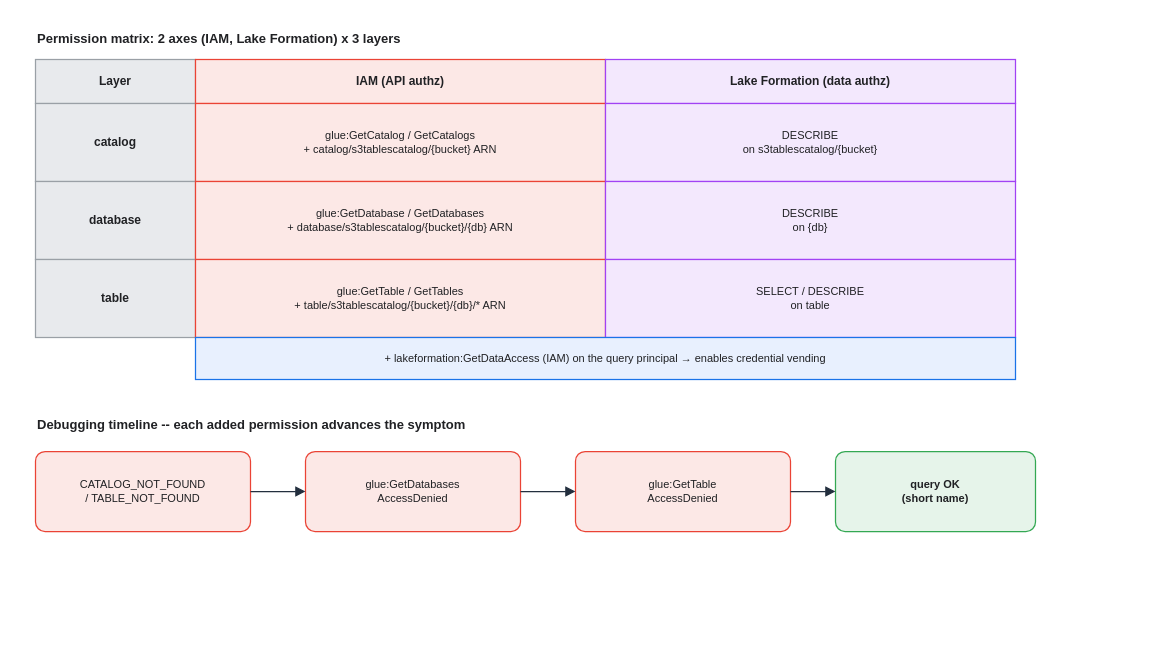
Above: assets/img/aws/analytics-stack-08-lf-permissions.drawio in KKamJi98/kkamji98.github.io (draw.io), before the change. Source tidied: cells renumbered, new cells numbered last; positions are measured from the earlier drawing's top-left corner, leaving out a move shared by most shapes. Both pictures are drawn from the tidied source at 100%, with x=0, y=0 at pixel (35, 23).
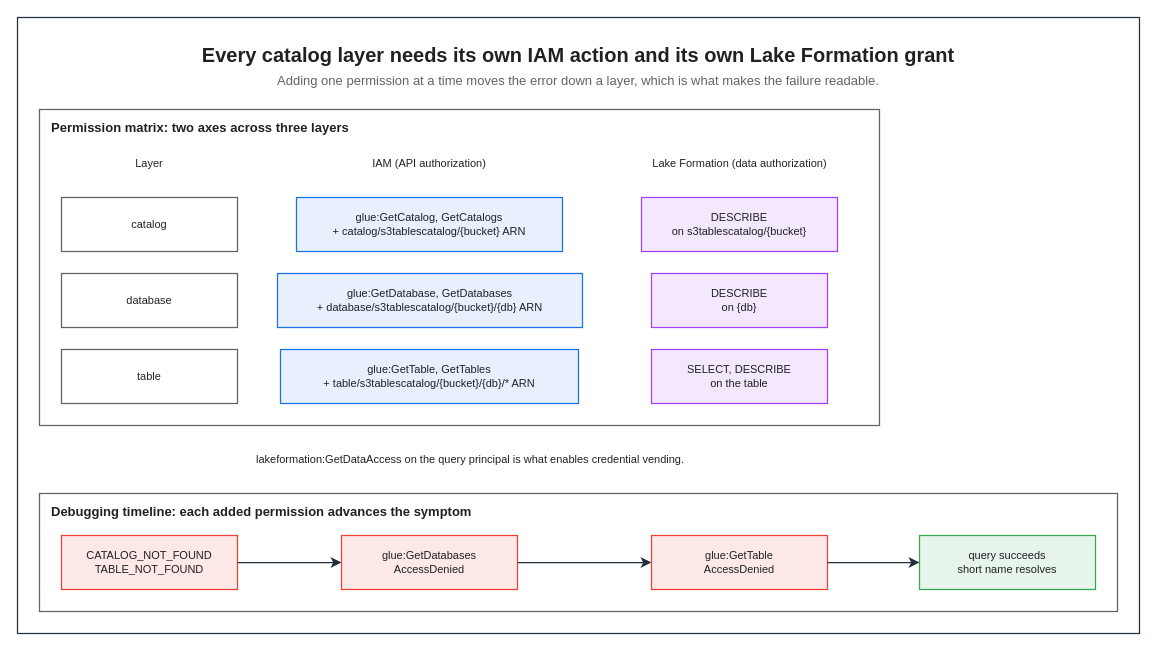
After the change.

What changed in the source:
```diff
@@
-    <mxCell id="2" value="Permission matrix: 2 axes (IAM, Lake Formation) x 3 layers" style="text;html=0;align=left;verticalAlign=middle;fontColor=#202124;fontStyle=1;fontSize=13;" parent="1" vertex="1">
-      <mxGeometry width="900" height="28" as="geometry" />
-    </mxCell>
+    <mxCell id="24" style="rounded=0;html=0;fillColor=none;strokeColor=#232F3E;fontColor=#202124;strokeWidth=1.25;" parent="1" vertex="1">
+      <mxGeometry x="-18" y="-6" width="1122" height="616" as="geometry" />
+    </mxCell>
+    <mxCell id="25" value="Every catalog layer needs its own IAM action and its own Lake Formation grant" style="text;html=0;whiteSpace=wrap;fillColor=none;strokeColor=none;fontColor=#202124;fontSize=20;fontStyle=1;align=center;verticalAlign=middle;" parent="1" vertex="1">
+      <mxGeometry x="4" y="16" width="1078" height="30" as="geometry" />
+    </mxCell>
+    <mxCell id="26" value="Adding one permission at a time moves the error down a layer, which is what makes the failure readable." style="text;html=0;whiteSpace=wrap;fillColor=none;strokeColor=none;fontColor=#5F6368;fontSize=13;fontStyle=0;align=center;verticalAlign=middle;" parent="1" vertex="1">
+      <mxGeometry x="4" y="46" width="1078" height="22" as="geometry" />
+    </mxCell>
+    <mxCell id="27" value="Permission matrix: two axes across three layers" style="rounded=0;whiteSpace=wrap;html=0;fillColor=none;strokeColor=#5F6368;fontColor=#202124;fontSize=13;fontStyle=1;align=left;verticalAlign=top;spacingLeft=10;spacingTop=4;strokeWidth=1.25;dashed=0;" parent="1" vertex="1">
+      <mxGeometry x="4" y="86" width="840" height="316" as="geometry" />
+    </mxCell>
+    <mxCell id="28" value="Debugging timeline: each added permission advances the symptom" style="rounded=0;whiteSpace=wrap;html=0;fillColor=none;strokeColor=#5F6368;fontColor=#202124;fontSize=13;fontStyle=1;align=left;verticalAlign=top;spacingLeft=10;spacingTop=4;strokeWidth=1.25;dashed=0;" parent="1" vertex="1">
+      <mxGeometry x="4" y="470" width="1078" height="118" as="geometry" />
+    </mxCell>
-    <mxCell id="3" value="Layer" style="rounded=0;whiteSpace=wrap;html=0;shadow=0;fillColor=#E8EAED;strokeColor=#9AA0A6;fontColor=#202124;fontStyle=1;strokeWidth=1.25;" parent="1" vertex="1">
-      <mxGeometry y="36" width="160" height="44" as="geometry" />
+    <mxCell id="3" value="Layer" style="text;html=0;whiteSpace=wrap;fillColor=none;strokeColor=none;fontColor=#202124;fontSize=11;fontStyle=0;align=center;verticalAlign=middle;" parent="1" vertex="1">
+      <mxGeometry x="26" y="128" width="176" height="24" as="geometry" />
     </mxCell>
-    <mxCell id="4" value="IAM (API authz)" style="rounded=0;whiteSpace=wrap;html=0;shadow=0;fillColor=#FCE8E6;strokeColor=#EA4335;fontColor=#202124;fontStyle=1;strokeWidth=1.25;" parent="1" vertex="1">
-      <mxGeometry x="160" y="36" width="410" height="44" as="geometry" />
-    </mxCell>
-    <mxCell id="5" value="Lake Formation (data authz)" style="rounded=0;whiteSpace=wrap;html=0;shadow=0;fillColor=#F3E8FD;strokeColor=#A142F4;fontColor=#202124;fontStyle=1;strokeWidth=1.25;" parent="1" vertex="1">
-      <mxGeometry x="570" y="36" width="410" height="44" as="geometry" />
-    </mxCell>
+    <mxCell id="29" value="IAM (API authorization)" style="text;html=0;whiteSpace=wrap;fillColor=none;strokeColor=none;fontColor=#202124;fontSize=11;fontStyle=0;align=center;verticalAlign=middle;" parent="1" vertex="1">
+      <mxGeometry x="306" y="128" width="176" height="24" as="geometry" />
+    </mxCell>
+    <mxCell id="30" value="Lake Formation (data authorization)" style="text;html=0;whiteSpace=wrap;fillColor=none;strokeColor=none;fontColor=#202124;fontSize=11;fontStyle=0;align=center;verticalAlign=middle;" parent="1" vertex="1">
+      <mxGeometry x="587" y="128" width="235" height="24" as="geometry" />
+    </mxCell>
-    <mxCell id="6" value="catalog" style="rounded=0;whiteSpace=wrap;html=0;shadow=0;fillColor=#E8EAED;strokeColor=#9AA0A6;fontColor=#202124;fontStyle=1;strokeWidth=1.25;" parent="1" vertex="1">
-      <mxGeometry y="80" width="160" height="78" as="geometry" />
+    <mxCell id="6" value="catalog" style="rounded=0;whiteSpace=wrap;html=0;fillColor=#FFFFFF;strokeColor=#5F6368;fontColor=#202124;fontSize=11;fontStyle=0;align=center;verticalAlign=middle;spacingLeft=6;spacingRight=6;strokeWidth=1.25;" parent="1" vertex="1">
+      <mxGeometry x="26" y="174" width="176" height="54" as="geometry" />
     </mxCell>
-    <mxCell id="7" value="glue:GetCatalog / GetCatalogs&#10;+ catalog/s3tablescatalog/{bucket} ARN" style="rounded=0;whiteSpace=wrap;html=0;shadow=0;fillColor=#FCE8E6;strokeColor=#EA4335;fontColor=#202124;fontSize=11;strokeWidth=1.25;" parent="1" vertex="1">
-      <mxGeometry x="160" y="80" width="410" height="78" as="geometry" />
-    </mxCell>
+    <mxCell id="31" value="glue:GetCatalog, GetCatalogs&#10;+ catalog/s3tablescatalog/{bucket} ARN" style="rounded=0;whiteSpace=wrap;html=0;fillColor=#E8F0FE;strokeColor=#1A73E8;fontColor=#202124;fontSize=11;fontStyle=0;align=center;verticalAlign=middle;spacingLeft=6;spacingRight=6;strokeWidth=1.25;" parent="1" vertex="1">
+      <mxGeometry x="261" y="174" width="266" height="54" as="geometry" />
+    </mxCell>
-    <mxCell id="8" value="DESCRIBE&#10;on s3tablescatalog/{bucket}" style="rounded=0;whiteSpace=wrap;html=0;shadow=0;fillColor=#F3E8FD;strokeColor=#A142F4;fontColor=#202124;fontSize=11;strokeWidth=1.25;" parent="1" vertex="1">
-      <mxGeometry x="570" y="80" width="410" height="78" as="geometry" />
+    <mxCell id="8" value="DESCRIBE&#10;on s3tablescatalog/{bucket}" style="rounded=0;whiteSpace=wrap;html=0;fillColor=#F3E8FD;strokeColor=#A142F4;fontColor=#202124;fontSize=11;fontStyle=0;align=center;verticalAlign=middle;spacingLeft=6;spacingRight=6;strokeWidth=1.25;" parent="1" vertex="1">
+      <mxGeometry x="606" y="174" width="196" height="54" as="geometry" />
     </mxCell>
-    <mxCell id="9" value="database" style="rounded=0;whiteSpace=wrap;html=0;shadow=0;fillColor=#E8EAED;strokeColor=#9AA0A6;fontColor=#202124;fontStyle=1;strokeWidth=1.25;" parent="1" vertex="1">
-      <mxGeometry y="158" width="160" height="78" as="geometry" />
+    <mxCell id="9" value="database" style="rounded=0;whiteSpace=wrap;html=0;fillColor=#FFFFFF;strokeColor=#5F6368;fontColor=#202124;fontSize=11;fontStyle=0;align=center;verticalAlign=middle;spacingLeft=6;spacingRight=6;strokeWidth=1.25;" parent="1" vertex="1">
+      <mxGeometry x="26" y="250" width="176" height="54" as="geometry" />
     </mxCell>
-    <mxCell id="10" value="glue:GetDatabase / GetDatabases&#10;+ database/s3tablescatalog/{bucket}/{db} ARN" style="rounded=0;whiteSpace=wrap;html=0;shadow=0;fillColor=#FCE8E6;strokeColor=#EA4335;fontColor=#202124;fontSize=11;strokeWidth=1.25;" parent="1" vertex="1">
-      <mxGeometry x="160" y="158" width="410" height="78" as="geometry" />
-    </mxCell>
+    <mxCell id="32" value="glue:GetDatabase, GetDatabases&#10;+ database/s3tablescatalog/{bucket}/{db} ARN" style="rounded=0;whiteSpace=wrap;html=0;fillColor=#E8F0FE;strokeColor=#1A73E8;fontColor=#202124;fontSize=11;fontStyle=0;align=center;verticalAlign=middle;spacingLeft=6;spacingRight=6;strokeWidth=1.25;" parent="1" vertex="1">
+      <mxGeometry x="242" y="250" width="305" height="54" as="geometry" />
+    </mxCell>
-    <mxCell id="11" value="DESCRIBE&#10;on {db}" style="rounded=0;whiteSpace=wrap;html=0;shadow=0;fillColor=#F3E8FD;strokeColor=#A142F4;fontColor=#202124;fontSize=11;strokeWidth=1.25;" parent="1" vertex="1">
-      <mxGeometry x="570" y="158" width="410" height="78" as="geometry" />
+    <mxCell id="11" value="DESCRIBE&#10;on {db}" style="rounded=0;whiteSpace=wrap;html=0;fillColor=#F3E8FD;strokeColor=#A142F4;fontColor=#202124;fontSize=11;fontStyle=0;align=center;verticalAlign=middle;spacingLeft=6;spacingRight=6;strokeWidth=1.25;" parent="1" vertex="1">
+      <mxGeometry x="616" y="250" width="176" height="54" as="geometry" />
     </mxCell>
-    <mxCell id="12" value="table" style="rounded=0;whiteSpace=wrap;html=0;shadow=0;fillColor=#E8EAED;strokeColor=#9AA0A6;fontColor=#202124;fontStyle=1;strokeWidth=1.25;" parent="1" vertex="1">
-      <mxGeometry y="236" width="160" height="78" as="geometry" />
+    <mxCell id="12" value="table" style="rounded=0;whiteSpace=wrap;html=0;fillColor=#FFFFFF;strokeColor=#5F6368;fontColor=#202124;fontSize=11;fontStyle=0;align=center;verticalAlign=middle;spacingLeft=6;spacingRight=6;strokeWidth=1.25;" parent="1" vertex="1">
+      <mxGeometry x="26" y="326" width="176" height="54" as="geometry" />
     </mxCell>
-    <mxCell id="13" value="glue:GetTable / GetTables&#10;+ table/s3tablescatalog/{bucket}/{db}/* ARN" style="rounded=0;whiteSpace=wrap;html=0;shadow=0;fillColor=#FCE8E6;strokeColor=#EA4335;fontColor=#202124;fontSize=11;strokeWidth=1.25;" parent="1" vertex="1">
-      <mxGeometry x="160" y="236" width="410" height="78" as="geometry" />
-    </mxCell>
-    <mxCell id="14" value="SELECT / DESCRIBE&#10;on table" style="rounded=0;whiteSpace=wrap;html=0;shadow=0;fillColor=#F3E8FD;strokeColor=#A142F4;fontColor=#202124;fontSize=11;strokeWidth=1.25;" parent="1" vertex="1">
-      <mxGeometry x="570" y="236" width="410" height="78" as="geometry" />
-    </mxCell>
+    <mxCell id="33" value="glue:GetTable, GetTables&#10;+ table/s3tablescatalog/{bucket}/{db}/* ARN" style="rounded=0;whiteSpace=wrap;html=0;fillColor=#E8F0FE;strokeColor=#1A73E8;fontColor=#202124;fontSize=11;fontStyle=0;align=center;verticalAlign=middle;spacingLeft=6;spacingRight=6;strokeWidth=1.25;" parent="1" vertex="1">
+      <mxGeometry x="245" y="326" width="298" height="54" as="geometry" />
+    </mxCell>
+    <mxCell id="34" value="SELECT, DESCRIBE&#10;on the table" style="rounded=0;whiteSpace=wrap;html=0;fillColor=#F3E8FD;strokeColor=#A142F4;fontColor=#202124;fontSize=11;fontStyle=0;align=center;verticalAlign=middle;spacingLeft=6;spacingRight=6;strokeWidth=1.25;" parent="1" vertex="1">
+      <mxGeometry x="616" y="326" width="176" height="54" as="geometry" />
+    </mxCell>
-    <mxCell id="15" value="+ lakeformation:GetDataAccess (IAM) on the query principal  →  enables credential vending" style="rounded=0;whiteSpace=wrap;html=0;shadow=0;fillColor=#E8F0FE;strokeColor=#1A73E8;fontColor=#202124;fontSize=11;strokeWidth=1.25;" parent="1" vertex="1">
-      <mxGeometry x="160" y="314" width="820" height="42" as="geometry" />
+    <mxCell id="15" value="lakeformation:GetDataAccess on the query principal is what enables credential vending." style="text;html=0;whiteSpace=wrap;fillColor=none;strokeColor=none;fontColor=#202124;fontSize=11;fontStyle=0;align=center;verticalAlign=middle;" parent="1" vertex="1">
+      <mxGeometry x="26" y="424" width="818" height="24" as="geometry" />
     </mxCell>
-    <mxCell id="16" value="Debugging timeline -- each added permission advances the symptom" style="text;html=0;align=left;verticalAlign=middle;fontColor=#202124;fontStyle=1;fontSize=13;" parent="1" vertex="1">
-      <mxGeometry y="386" width="900" height="28" as="geometry" />
-    </mxCell>
-    <mxCell id="17" value="CATALOG_NOT_FOUND&#10;/ TABLE_NOT_FOUND" style="rounded=1;whiteSpace=wrap;html=0;arcSize=12;shadow=0;fillColor=#FCE8E6;strokeColor=#EA4335;fontColor=#202124;fontSize=11;strokeWidth=1.25;" parent="1" vertex="1">
-      <mxGeometry y="428" width="215" height="80" as="geometry" />
+    <mxCell id="17" value="CATALOG_NOT_FOUND&#10;TABLE_NOT_FOUND" style="rounded=0;whiteSpace=wrap;html=0;fillColor=#FCE8E6;strokeColor=#EA4335;fontColor=#202124;fontSize=11;fontStyle=0;align=center;verticalAlign=middle;spacingLeft=6;spacingRight=6;strokeWidth=1.25;" parent="1" vertex="1">
+      <mxGeometry x="26" y="512" width="176" height="54" as="geometry" />
     </mxCell>
-    <mxCell id="18" value="glue:GetDatabases&#10;AccessDenied" style="rounded=1;whiteSpace=wrap;html=0;arcSize=12;shadow=0;fillColor=#FCE8E6;strokeColor=#EA4335;fontColor=#202124;fontSize=11;strokeWidth=1.25;" parent="1" vertex="1">
-      <mxGeometry x="270" y="428" width="215" height="80" as="geometry" />
+    <mxCell id="18" value="glue:GetDatabases&#10;AccessDenied" style="rounded=0;whiteSpace=wrap;html=0;fillColor=#FCE8E6;strokeColor=#EA4335;fontColor=#202124;fontSize=11;fontStyle=0;align=center;verticalAlign=middle;spacingLeft=6;spacingRight=6;strokeWidth=1.25;" parent="1" vertex="1">
+      <mxGeometry x="306" y="512" width="176" height="54" as="geometry" />
     </mxCell>
-    <mxCell id="19" value="glue:GetTable&#10;AccessDenied" style="rounded=1;whiteSpace=wrap;html=0;arcSize=12;shadow=0;fillColor=#FCE8E6;strokeColor=#EA4335;fontColor=#202124;fontSize=11;strokeWidth=1.25;" parent="1" vertex="1">
-      <mxGeometry x="540" y="428" width="215" height="80" as="geometry" />
+    <mxCell id="19" value="glue:GetTable&#10;AccessDenied" style="rounded=0;whiteSpace=wrap;html=0;fillColor=#FCE8E6;strokeColor=#EA4335;fontColor=#202124;fontSize=11;fontStyle=0;align=center;verticalAlign=middle;spacingLeft=6;spacingRight=6;strokeWidth=1.25;" parent="1" vertex="1">
+      <mxGeometry x="616" y="512" width="176" height="54" as="geometry" />
     </mxCell>
-    <mxCell id="20" value="query OK&#10;(short name)" style="rounded=1;whiteSpace=wrap;html=0;arcSize=12;shadow=0;fillColor=#E6F4EA;strokeColor=#34A853;fontColor=#202124;fontStyle=1;fontSize=11;strokeWidth=1.25;" parent="1" vertex="1">
-      <mxGeometry x="800" y="428" width="200" height="80" as="geometry" />
+    <mxCell id="20" value="query succeeds&#10;short name resolves" style="rounded=0;whiteSpace=wrap;html=0;fillColor=#E6F4EA;strokeColor=#34A853;fontColor=#202124;fontSize=11;fontStyle=0;align=center;verticalAlign=middle;spacingLeft=6;spacingRight=6;strokeWidth=1.25;" parent="1" vertex="1">
+      <mxGeometry x="884" y="512" width="176" height="54" as="geometry" />
     </mxCell>
-    <mxCell id="21" style="edgeStyle=orthogonalEdgeStyle;rounded=1;html=0;fontColor=#202124;strokeColor=#232F3E;labelBackgroundColor=none;endArrow=block;exitX=1;exitY=0.5;exitDx=0;exitDy=0;entryX=0;entryY=0.5;entryDx=0;entryDy=0;strokeWidth=1.25;endSize=7;" parent="1" edge="1" source="17" target="18">
+    <mxCell id="21" style="edgeStyle=orthogonalEdgeStyle;rounded=0;html=0;strokeColor=#232F3E;strokeWidth=1.25;endArrow=classic;endFill=1;endSize=7;fontSize=11;fontColor=#202124;labelBackgroundColor=none;jettySize=14;exitX=1;exitY=0.5;entryX=0;entryY=0.5;exitDx=0;exitDy=0;entryDx=0;entryDy=0;" parent="1" edge="1" source="17" target="18">
       <mxGeometry relative="1" as="geometry" />
     </mxCell>
-    <mxCell id="22" style="edgeStyle=orthogonalEdgeStyle;rounded=1;html=0;fontColor=#202124;strokeColor=#232F3E;labelBackgroundColor=none;endArrow=block;exitX=1;exitY=0.5;exitDx=0;exitDy=0;entryX=0;entryY=0.5;entryDx=0;entryDy=0;strokeWidth=1.25;endSize=7;" parent="1" edge="1" source="18" target="19">
+    <mxCell id="22" style="edgeStyle=orthogonalEdgeStyle;rounded=0;html=0;strokeColor=#232F3E;strokeWidth=1.25;endArrow=classic;endFill=1;endSize=7;fontSize=11;fontColor=#202124;labelBackgroundColor=none;jettySize=14;exitX=1;exitY=0.5;entryX=0;entryY=0.5;exitDx=0;exitDy=0;entryDx=0;entryDy=0;" parent="1" edge="1" source="18" target="19">
       <mxGeometry relative="1" as="geometry" />
     </mxCell>
-    <mxCell id="23" style="edgeStyle=orthogonalEdgeStyle;rounded=1;html=0;fontColor=#202124;strokeColor=#232F3E;labelBackgroundColor=none;endArrow=block;exitX=1;exitY=0.5;exitDx=0;exitDy=0;entryX=0;entryY=0.5;entryDx=0;entryDy=0;strokeWidth=1.25;endSize=7;" parent="1" edge="1" source="19" target="20">
+    <mxCell id="23" style="edgeStyle=orthogonalEdgeStyle;rounded=0;html=0;strokeColor=#232F3E;strokeWidth=1.25;endArrow=classic;endFill=1;endSize=7;fontSize=11;fontColor=#202124;labelBackgroundColor=none;jettySize=14;exitX=1;exitY=0.5;entryX=0;entryY=0.5;exitDx=0;exitDy=0;entryDx=0;entryDy=0;" parent="1" edge="1" source="19" target="20">
       <mxGeometry relative="1" as="geometry" />
     </mxCell>
```
